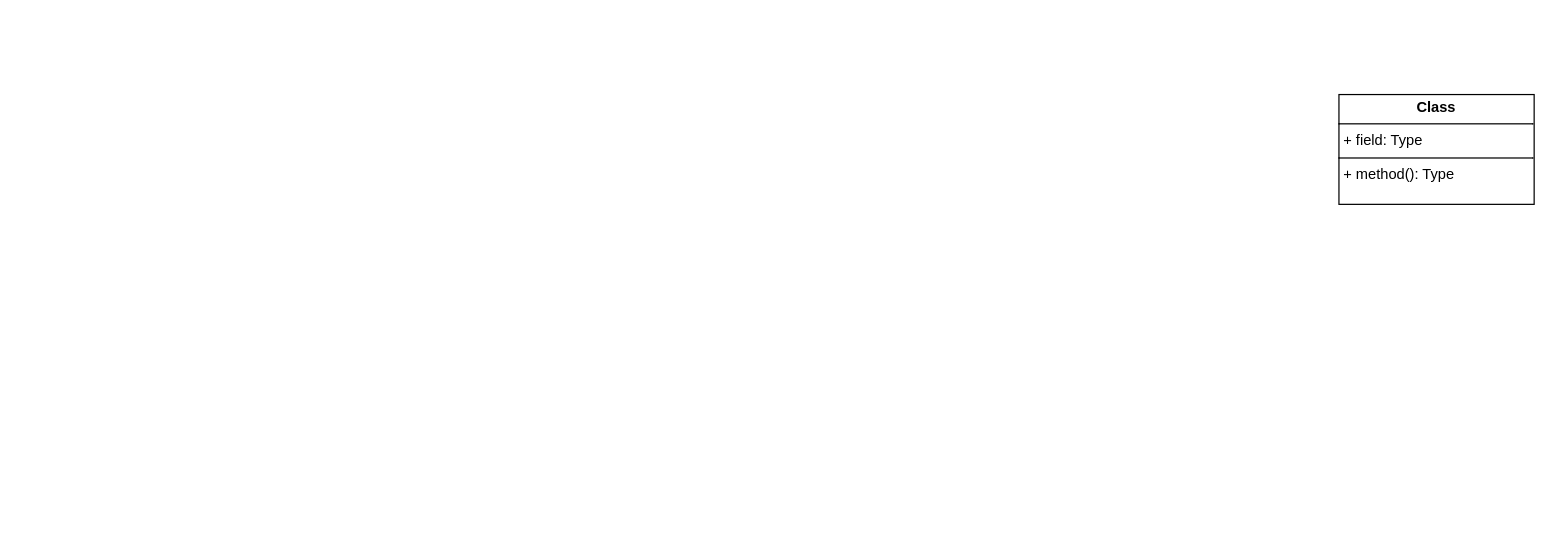
Trongtangoc/CGDN-C0824M1-Ta-Ngoc-Trong keeps this draw.io diagram as Biểu đồ không có tiêu đề.drawio. Above is the earlier version. Source tidied: cells renumbered, new cells numbered last; positions are measured from the earlier drawing's top-left corner, leaving out a move shared by most shapes. Both pictures are drawn from the tidied source at 122%, with x=0, y=0 at pixel (1338, 94).
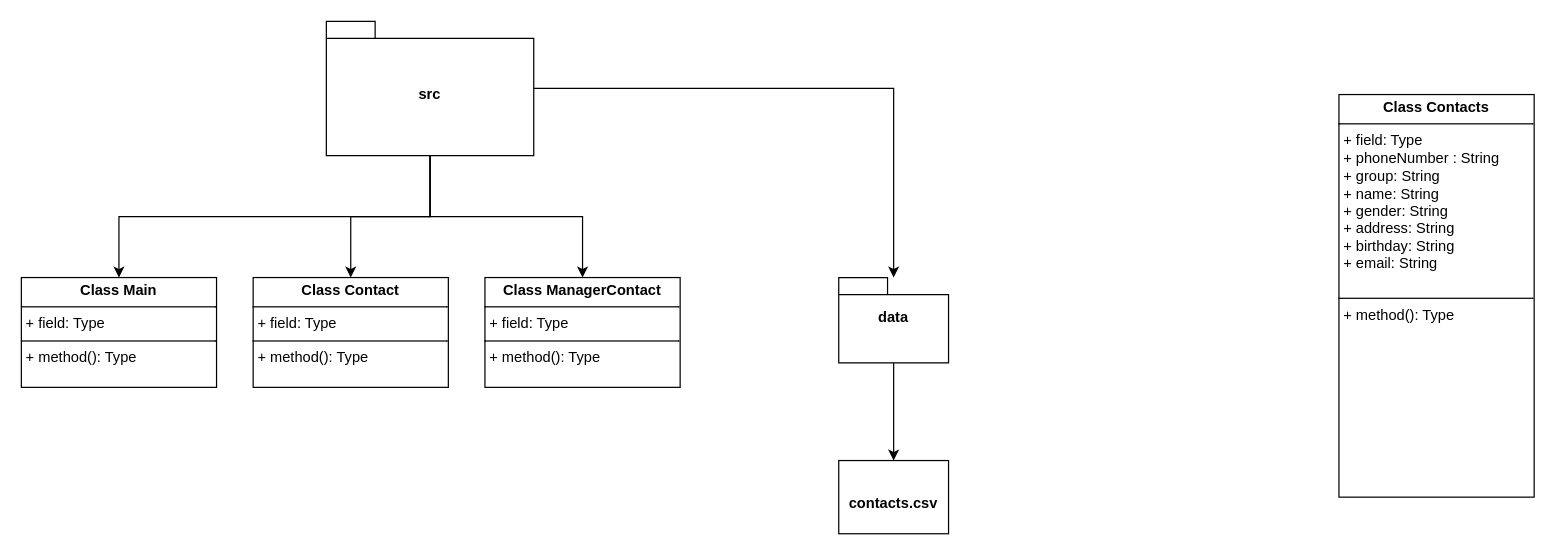
The same page after the edit.

Commit message (it also covers changes not shown here):
Cập nhật Biểu đồ không có tiêu đề.drawio

Change to the diagram source:
```diff
@@
 <mxGraphModel>
   <root>
     <mxCell id="0" />
     <mxCell id="1" parent="0" />
-    <mxCell id="2" value="&lt;p style=&quot;margin:0px;margin-top:4px;text-align:center;&quot;&gt;&lt;b&gt;Class&lt;/b&gt;&lt;/p&gt;&lt;hr size=&quot;1&quot; style=&quot;border-style:solid;&quot;/&gt;&lt;p style=&quot;margin:0px;margin-left:4px;&quot;&gt;+ field: Type&lt;/p&gt;&lt;hr size=&quot;1&quot; style=&quot;border-style:solid;&quot;/&gt;&lt;p style=&quot;margin:0px;margin-left:4px;&quot;&gt;+ method(): Type&lt;/p&gt;" style="verticalAlign=top;align=left;overflow=fill;html=1;whiteSpace=wrap;" parent="1" vertex="1">
-      <mxGeometry width="160" height="90" as="geometry" />
+    <mxCell id="2" value="&lt;p style=&quot;margin:0px;margin-top:4px;text-align:center;&quot;&gt;&lt;b&gt;Class Contacts&lt;/b&gt;&lt;/p&gt;&lt;hr size=&quot;1&quot; style=&quot;border-style:solid;&quot;&gt;&lt;p style=&quot;margin:0px;margin-left:4px;&quot;&gt;+ field: Type&lt;/p&gt;&lt;p style=&quot;margin:0px;margin-left:4px;&quot;&gt;+ phoneNumber : String&lt;/p&gt;&lt;p style=&quot;margin:0px;margin-left:4px;&quot;&gt;+ group: String&lt;/p&gt;&lt;p style=&quot;margin:0px;margin-left:4px;&quot;&gt;+ name: String&lt;/p&gt;&lt;p style=&quot;margin:0px;margin-left:4px;&quot;&gt;+ gender: String&lt;br&gt;+ address: String&lt;/p&gt;&lt;p style=&quot;margin:0px;margin-left:4px;&quot;&gt;+ birthday: String&lt;/p&gt;&lt;p style=&quot;margin:0px;margin-left:4px;&quot;&gt;+ email: String&lt;/p&gt;&lt;p style=&quot;margin:0px;margin-left:4px;&quot;&gt;&lt;br&gt;&lt;/p&gt;&lt;hr size=&quot;1&quot; style=&quot;border-style:solid;&quot;&gt;&lt;p style=&quot;margin:0px;margin-left:4px;&quot;&gt;+ method(): Type&lt;/p&gt;" style="verticalAlign=top;align=left;overflow=fill;html=1;whiteSpace=wrap;" parent="1" vertex="1">
+      <mxGeometry width="160" height="330" as="geometry" />
     </mxCell>
+    <mxCell id="3" style="edgeStyle=orthogonalEdgeStyle;rounded=0;jettySize=auto;html=1;" parent="1" edge="1" source="7" target="9">
+      <mxGeometry relative="1" as="geometry" />
+    </mxCell>
+    <mxCell id="4" style="edgeStyle=orthogonalEdgeStyle;rounded=0;jettySize=auto;html=1;entryX=0.5;entryY=0;entryDx=0;entryDy=0;" parent="1" edge="1" source="7" target="12">
+      <mxGeometry relative="1" as="geometry">
+        <Array as="points">
+          <mxPoint x="-745" y="100" />
+          <mxPoint x="-1000" y="100" />
+        </Array>
+      </mxGeometry>
+    </mxCell>
+    <mxCell id="5" style="edgeStyle=orthogonalEdgeStyle;rounded=0;jettySize=auto;html=1;entryX=0.5;entryY=0;entryDx=0;entryDy=0;" parent="1" edge="1" source="7" target="11">
+      <mxGeometry relative="1" as="geometry" />
+    </mxCell>
+    <mxCell id="6" style="edgeStyle=orthogonalEdgeStyle;rounded=0;jettySize=auto;html=1;exitX=0.5;exitY=1;exitDx=0;exitDy=0;exitPerimeter=0;entryX=0.5;entryY=0;entryDx=0;entryDy=0;" parent="1" edge="1" source="7" target="13">
+      <mxGeometry relative="1" as="geometry" />
+    </mxCell>
+    <mxCell id="7" value="src" style="shape=folder;fontStyle=1;spacingTop=10;tabWidth=40;tabHeight=14;tabPosition=left;html=1;whiteSpace=wrap;" parent="1" vertex="1">
+      <mxGeometry x="-830" y="-60" width="170" height="110" as="geometry" />
+    </mxCell>
+    <mxCell id="8" style="edgeStyle=orthogonalEdgeStyle;rounded=0;jettySize=auto;html=1;" parent="1" edge="1" source="9" target="10">
+      <mxGeometry relative="1" as="geometry" />
+    </mxCell>
+    <mxCell id="9" value="data&lt;div&gt;&lt;br&gt;&lt;/div&gt;" style="shape=folder;fontStyle=1;spacingTop=10;tabWidth=40;tabHeight=14;tabPosition=left;html=1;whiteSpace=wrap;" parent="1" vertex="1">
+      <mxGeometry x="-410" y="150" width="90" height="70" as="geometry" />
+    </mxCell>
+    <mxCell id="10" value="contacts.csv" style="whiteSpace=wrap;html=1;fontStyle=1;spacingTop=10;" parent="1" vertex="1">
+      <mxGeometry x="-410" y="300" width="90" height="60" as="geometry" />
+    </mxCell>
+    <mxCell id="11" value="&lt;p style=&quot;margin:0px;margin-top:4px;text-align:center;&quot;&gt;&lt;b&gt;Class Contact&lt;/b&gt;&lt;/p&gt;&lt;hr size=&quot;1&quot; style=&quot;border-style:solid;&quot;&gt;&lt;p style=&quot;margin:0px;margin-left:4px;&quot;&gt;+ field: Type&lt;/p&gt;&lt;hr size=&quot;1&quot; style=&quot;border-style:solid;&quot;&gt;&lt;p style=&quot;margin:0px;margin-left:4px;&quot;&gt;+ method(): Type&lt;/p&gt;" style="verticalAlign=top;align=left;overflow=fill;html=1;whiteSpace=wrap;" parent="1" vertex="1">
+      <mxGeometry x="-890" y="150" width="160" height="90" as="geometry" />
+    </mxCell>
+    <mxCell id="12" value="&lt;p style=&quot;margin:0px;margin-top:4px;text-align:center;&quot;&gt;&lt;b&gt;Class Main&lt;/b&gt;&lt;/p&gt;&lt;hr size=&quot;1&quot; style=&quot;border-style:solid;&quot;&gt;&lt;p style=&quot;margin:0px;margin-left:4px;&quot;&gt;+ field: Type&lt;/p&gt;&lt;hr size=&quot;1&quot; style=&quot;border-style:solid;&quot;&gt;&lt;p style=&quot;margin:0px;margin-left:4px;&quot;&gt;+ method(): Type&lt;/p&gt;" style="verticalAlign=top;align=left;overflow=fill;html=1;whiteSpace=wrap;" parent="1" vertex="1">
+      <mxGeometry x="-1080" y="150" width="160" height="90" as="geometry" />
+    </mxCell>
+    <mxCell id="13" value="&lt;p style=&quot;margin:0px;margin-top:4px;text-align:center;&quot;&gt;&lt;b&gt;Class ManagerContact&lt;/b&gt;&lt;/p&gt;&lt;hr size=&quot;1&quot; style=&quot;border-style:solid;&quot;&gt;&lt;p style=&quot;margin:0px;margin-left:4px;&quot;&gt;+ field: Type&lt;/p&gt;&lt;hr size=&quot;1&quot; style=&quot;border-style:solid;&quot;&gt;&lt;p style=&quot;margin:0px;margin-left:4px;&quot;&gt;+ method(): Type&lt;/p&gt;" style="verticalAlign=top;align=left;overflow=fill;html=1;whiteSpace=wrap;" parent="1" vertex="1">
+      <mxGeometry x="-700" y="150" width="160" height="90" as="geometry" />
+    </mxCell>
   </root>
 </mxGraphModel>
```
